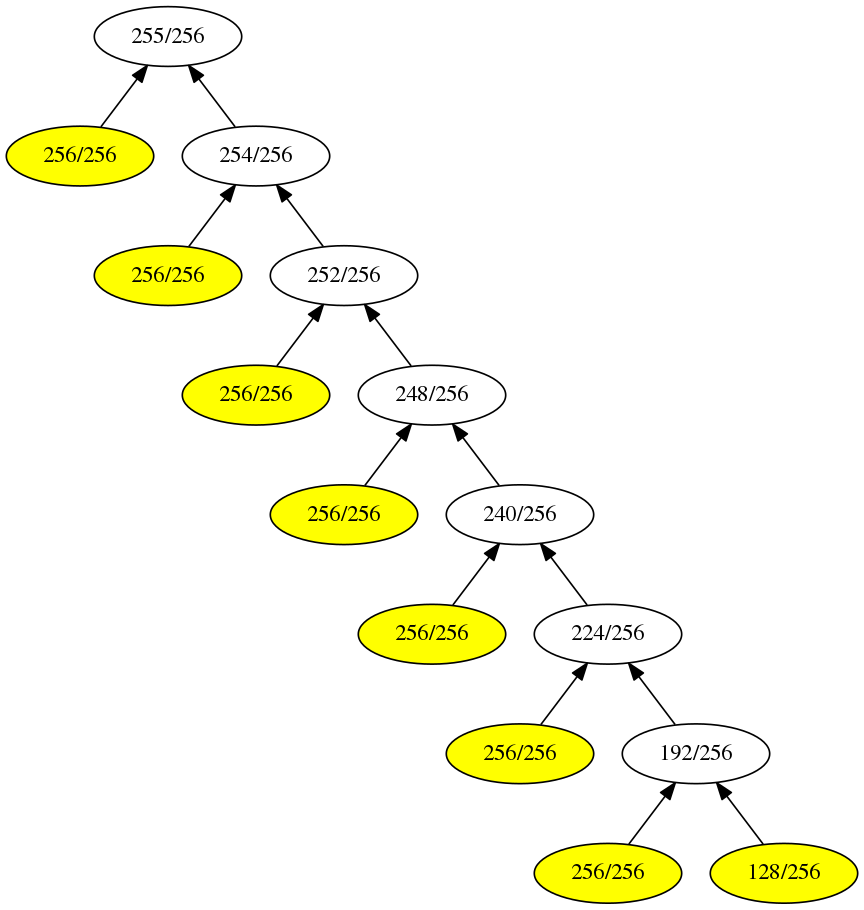
Earlier version of the Graphviz export GuiTool/image/Remia/RemiaDot.png (iitramar/guiTool). Its source is kept beside it as GuiTool/image/Remia/RemiaDot.dot.
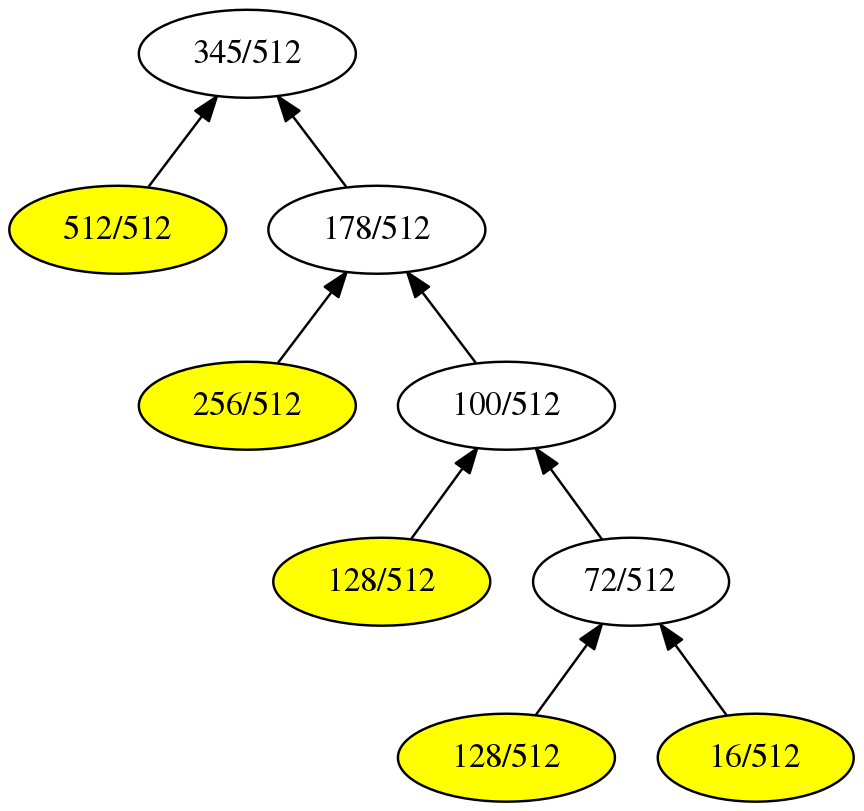
The same diagram one commit later.

The edit, as a diff of the source:
```diff
@@ -1,40 +1,25 @@
 digraph G {
 rankdir = BT;
-1[label= " 255/256 " ];
-2[label= " 256/256 " ];
+1[label= " 345/512 " ];
+2[label= " 512/512 " ];
 2->1
-3[label= " 254/256 " ];
+3[label= " 178/512 " ];
 3->1
 2[style=filled, fillcolor=yellow];
-6[label= " 256/256 " ];
+6[label= " 256/512 " ];
 6->3
-7[label= " 252/256 " ];
+7[label= " 100/512 " ];
 7->3
 6[style=filled, fillcolor=yellow];
-14[label= " 256/256 " ];
+14[label= " 128/512 " ];
 14->7
-15[label= " 248/256 " ];
+15[label= " 72/512 " ];
 15->7
 14[style=filled, fillcolor=yellow];
-30[label= " 256/256 " ];
+30[label= " 128/512 " ];
 30->15
-31[label= " 240/256 " ];
+31[label= " 16/512 " ];
 31->15
 30[style=filled, fillcolor=yellow];
-62[label= " 256/256 " ];
-62->31
-63[label= " 224/256 " ];
-63->31
-62[style=filled, fillcolor=yellow];
-126[label= " 256/256 " ];
-126->63
-127[label= " 192/256 " ];
-127->63
-126[style=filled, fillcolor=yellow];
-254[label= " 256/256 " ];
-254->127
-255[label= " 128/256 " ];
-255->127
-254[style=filled, fillcolor=yellow];
-255[style=filled, fillcolor=yellow];
+31[style=filled, fillcolor=yellow];
 }
```
